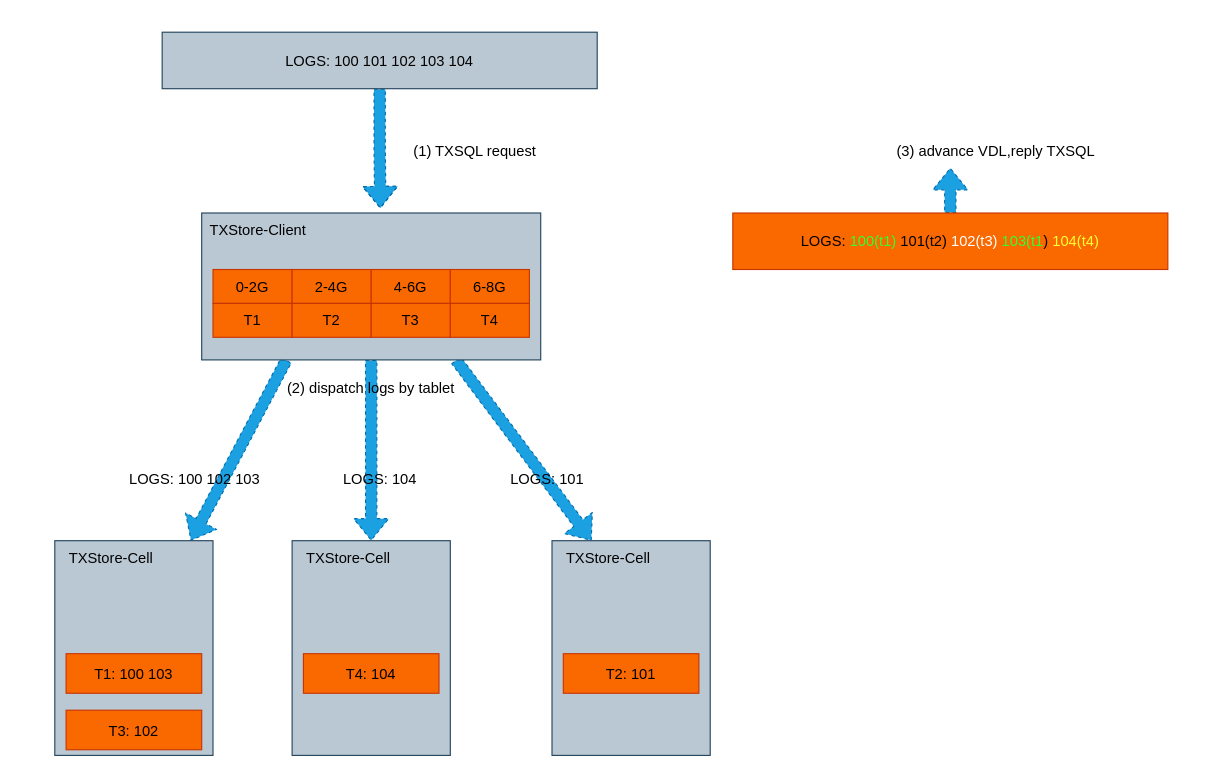
The draw.io diagram page "Page-3" (3 of 3) of write.drawio in clemenza/czha-ip-router, before the edit. Source tidied: cells renumbered, new cells numbered last; positions are measured from the earlier drawing's top-left corner, leaving out a move shared by most shapes. Both pictures are drawn from the tidied source at 113%, with x=0, y=0 at pixel (54, 32).
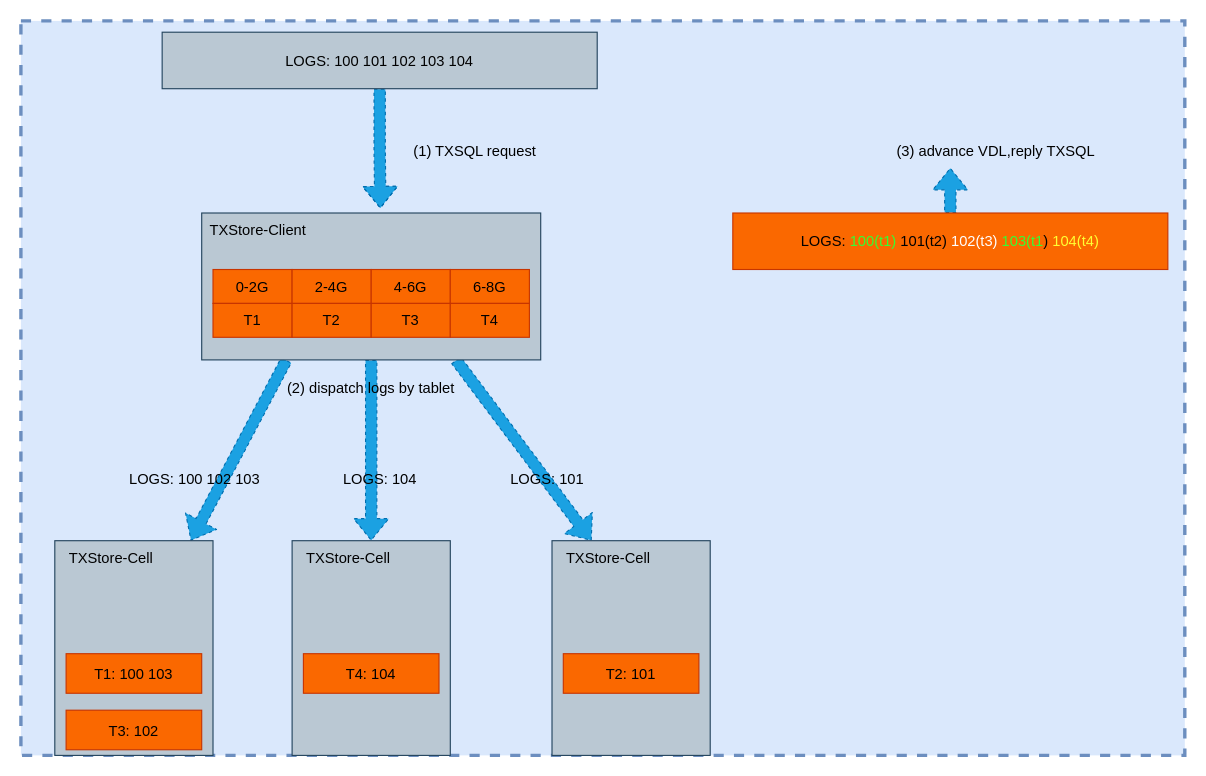
The same diagram, later.

Diff of the diagram source:
```diff
@@
+    <mxCell id="35" style="rounded=0;whiteSpace=wrap;html=1;fontSize=13;strokeWidth=3;dashed=1;fillColor=#dae8fc;strokeColor=#6c8ebf;" parent="1" vertex="1">
+      <mxGeometry x="-30" y="-10" width="1030" height="650" as="geometry" />
+    </mxCell>
```
